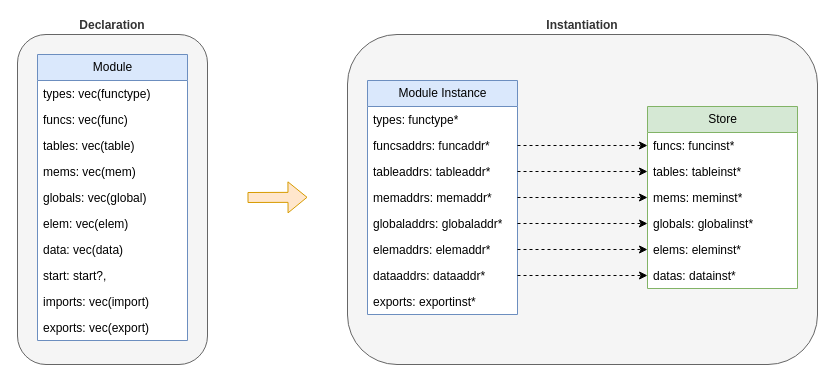
Above: page "Instantiation" (1 of 4) of docs/graphics.drawio in AFKoffee/wasm-concurrency-analysis (draw.io), before the change. Source tidied: cells renumbered, new cells numbered last; positions are measured from the earlier drawing's top-left corner, leaving out a move shared by most shapes. Both pictures are drawn from the tidied source at 100%, with x=0, y=0 at pixel (17, 34).
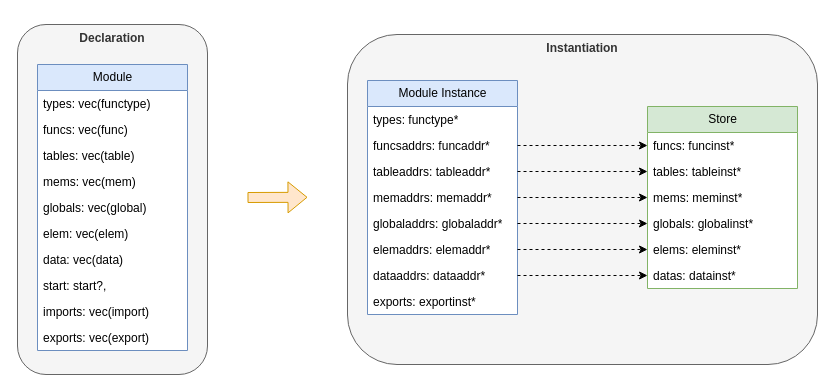
Above is the later version.

Diff of the diagram source:
```diff
@@
-    <mxCell id="2" value="Instantiation" style="rounded=1;whiteSpace=wrap;html=1;fillColor=#f5f5f5;fontColor=#333333;strokeColor=#666666;fontStyle=1;verticalAlign=bottom;labelPosition=center;verticalLabelPosition=top;align=center;" parent="1" vertex="1">
+    <mxCell id="2" value="Instantiation" style="rounded=1;whiteSpace=wrap;html=1;fillColor=#f5f5f5;fontColor=#333333;strokeColor=#666666;fontStyle=1;verticalAlign=top;labelPosition=center;verticalLabelPosition=middle;align=center;" parent="1" vertex="1">
       <mxGeometry x="330" width="470" height="330" as="geometry" />
     </mxCell>
-    <mxCell id="3" value="Declaration" style="rounded=1;whiteSpace=wrap;html=1;fillColor=#f5f5f5;fontColor=#333333;strokeColor=#666666;verticalAlign=bottom;labelPosition=center;verticalLabelPosition=top;align=center;fontStyle=1;" parent="1" vertex="1">
-      <mxGeometry width="190" height="330" as="geometry" />
+    <mxCell id="3" value="Declaration" style="rounded=1;whiteSpace=wrap;html=1;fillColor=#f5f5f5;fontColor=#333333;strokeColor=#666666;verticalAlign=top;labelPosition=center;verticalLabelPosition=middle;align=center;fontStyle=1;" parent="1" vertex="1">
+      <mxGeometry y="-10" width="190" height="350" as="geometry" />
     </mxCell>
     <mxCell id="4" value="Module" style="swimlane;fontStyle=0;horizontal=1;startSize=26;html=1;fillColor=#dae8fc;strokeColor=#6c8ebf;swimlaneFillColor=default;" parent="1" vertex="1">
-      <mxGeometry x="20" y="20" width="150" height="286" as="geometry" />
+      <mxGeometry x="20" y="30" width="150" height="286" as="geometry" />
     </mxCell>
```
